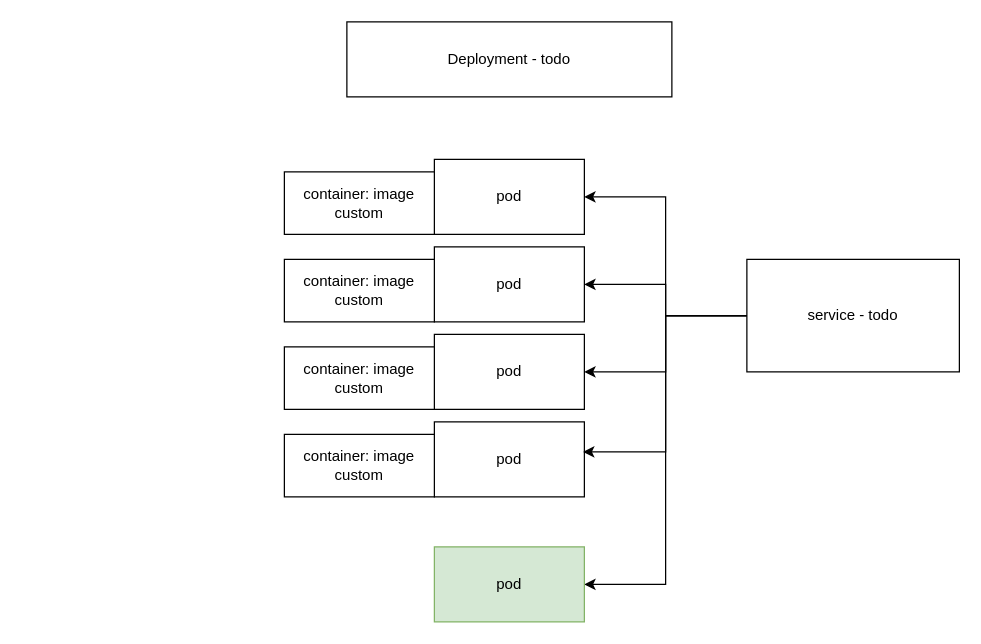
Earlier version of the draw.io diagram page "Page-9" (9 of 9) of planning.drawio (argonaultes-education/hexagone-3b-3INSI-2026). Source tidied: cells renumbered, new cells numbered last; positions are measured from the earlier drawing's top-left corner, leaving out a move shared by most shapes. Both pictures are drawn from the tidied source at 125%, with x=0, y=0 at pixel (284, 21).
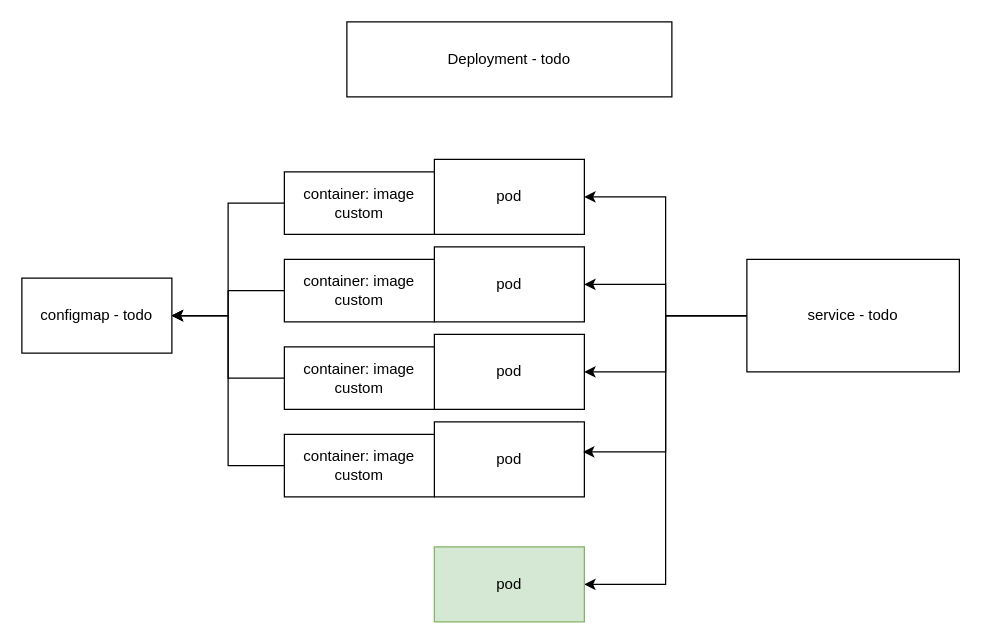
Above is the later version.

Commit message (it also covers changes not shown here):
exercice consolidation defined

The change refers to these unchanged cells:
```xml
<mxCell id="10" value="container: image custom" style="rounded=0;whiteSpace=wrap;html=1;" parent="1" vertex="1">
  <mxGeometry y="120" width="120" height="50" as="geometry" />
</mxCell>
<mxCell id="11" value="container: image custom" style="rounded=0;whiteSpace=wrap;html=1;" parent="1" vertex="1">
  <mxGeometry y="190" width="120" height="50" as="geometry" />
</mxCell>
<mxCell id="12" value="container: image custom" style="rounded=0;whiteSpace=wrap;html=1;" parent="1" vertex="1">
  <mxGeometry y="260" width="120" height="50" as="geometry" />
</mxCell>
<mxCell id="13" value="container: image custom" style="rounded=0;whiteSpace=wrap;html=1;" parent="1" vertex="1">
  <mxGeometry y="330" width="120" height="50" as="geometry" />
</mxCell>
```

Diff of the diagram source:
```diff
@@
+    <mxCell id="18" style="edgeStyle=orthogonalEdgeStyle;rounded=0;jettySize=auto;html=1;entryX=1;entryY=0.5;entryDx=0;entryDy=0;" parent="1" edge="1" source="10" target="22">
+      <mxGeometry relative="1" as="geometry" />
+    </mxCell>
@@
+    <mxCell id="19" style="edgeStyle=orthogonalEdgeStyle;rounded=0;jettySize=auto;html=1;entryX=1;entryY=0.5;entryDx=0;entryDy=0;" parent="1" edge="1" source="11" target="22">
+      <mxGeometry relative="1" as="geometry" />
+    </mxCell>
@@
+    <mxCell id="20" style="edgeStyle=orthogonalEdgeStyle;rounded=0;jettySize=auto;html=1;entryX=1;entryY=0.5;entryDx=0;entryDy=0;" parent="1" edge="1" source="12" target="22">
+      <mxGeometry relative="1" as="geometry" />
+    </mxCell>
@@
+    <mxCell id="21" style="edgeStyle=orthogonalEdgeStyle;rounded=0;jettySize=auto;html=1;entryX=1;entryY=0.5;entryDx=0;entryDy=0;" parent="1" edge="1" source="13" target="22">
+      <mxGeometry relative="1" as="geometry" />
+    </mxCell>
@@
+    <mxCell id="22" value="configmap - todo" style="rounded=0;whiteSpace=wrap;html=1;" parent="1" vertex="1">
+      <mxGeometry x="-210" y="205" width="120" height="60" as="geometry" />
+    </mxCell>
```
